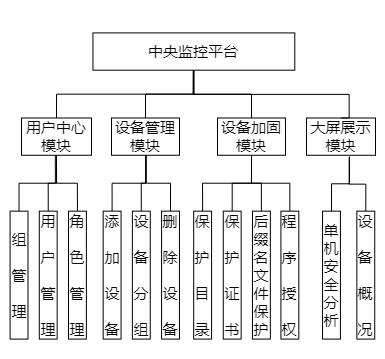
Above: 功能划分图.png in EchoZgj/paper (draw.io), before the change. Source tidied: cells renumbered, new cells last; positions are measured from the earlier drawing's top-left corner, leaving out a move shared by most shapes.
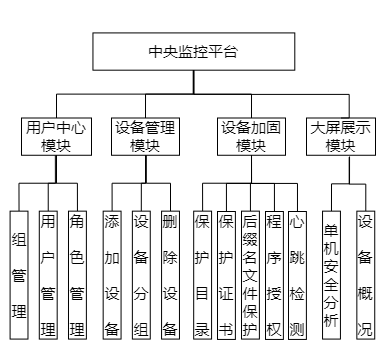
The same file after the commit.

Commit message:
Added 功能划分图.png

Change to the diagram source:
```diff
@@ -39,6 +39,9 @@
         <mxPoint x="190.8" y="49.7" as="targetPoint" />
       </mxGeometry>
     </mxCell>
+    <mxCell id="40" style="edgeStyle=orthogonalEdgeStyle;rounded=0;jettySize=auto;html=1;exitX=0.5;exitY=1;exitDx=0;exitDy=0;endArrow=none;endFill=0;" parent="6" edge="1" source="13" target="41">
+      <mxGeometry relative="1" as="geometry" />
+    </mxCell>
     <mxCell id="13" value="&lt;font style=&quot;font-size: 15px&quot;&gt;设备加固模块&lt;/font&gt;" style="rounded=0;whiteSpace=wrap;html=1;" parent="6" vertex="1">
       <mxGeometry x="215" y="97.5" width="68" height="37.3" as="geometry" />
     </mxCell>
@@ -105,19 +108,19 @@
       <mxGeometry relative="1" as="geometry" />
     </mxCell>
     <mxCell id="31" value="&lt;span style=&quot;font-size: 15px&quot;&gt;保&lt;br&gt;&lt;br&gt;护&lt;br&gt;&lt;br&gt;证&lt;br&gt;&lt;br&gt;书&lt;br&gt;&lt;/span&gt;" style="rounded=0;whiteSpace=wrap;html=1;" parent="6" vertex="1">
-      <mxGeometry x="220.8" y="190.7" width="17.9" height="127.9" as="geometry" />
+      <mxGeometry x="215" y="191" width="17.9" height="127.9" as="geometry" />
     </mxCell>
     <mxCell id="32" style="edgeStyle=orthogonalEdgeStyle;rounded=0;jettySize=auto;html=1;exitX=0.5;exitY=0;exitDx=0;exitDy=0;entryX=0.5;entryY=1;entryDx=0;entryDy=0;endArrow=none;endFill=0;" parent="6" edge="1" source="33" target="13">
       <mxGeometry relative="1" as="geometry" />
     </mxCell>
     <mxCell id="33" value="&lt;span style=&quot;font-size: 15px&quot;&gt;后&lt;br&gt;缀&lt;br&gt;名&lt;br&gt;文&lt;br&gt;件&lt;br&gt;保&lt;br&gt;护&lt;br&gt;&lt;/span&gt;" style="rounded=0;whiteSpace=wrap;html=1;" parent="6" vertex="1">
-      <mxGeometry x="250" y="190.7" width="17.9" height="127.9" as="geometry" />
+      <mxGeometry x="239" y="190.7" width="17.9" height="127.9" as="geometry" />
     </mxCell>
     <mxCell id="34" style="edgeStyle=orthogonalEdgeStyle;rounded=0;jettySize=auto;html=1;exitX=0.5;exitY=0;exitDx=0;exitDy=0;entryX=0.5;entryY=1;entryDx=0;entryDy=0;endArrow=none;endFill=0;" parent="6" edge="1" source="35" target="13">
       <mxGeometry relative="1" as="geometry" />
     </mxCell>
     <mxCell id="35" value="&lt;span style=&quot;font-size: 15px&quot;&gt;程&lt;br&gt;&lt;br&gt;序&lt;br&gt;&lt;br&gt;授&lt;br&gt;&lt;br&gt;权&lt;br&gt;&lt;/span&gt;" style="rounded=0;whiteSpace=wrap;html=1;" parent="6" vertex="1">
-      <mxGeometry x="278.4" y="190.7" width="17.9" height="127.9" as="geometry" />
+      <mxGeometry x="263" y="191" width="17.9" height="127.9" as="geometry" />
     </mxCell>
     <mxCell id="36" style="edgeStyle=orthogonalEdgeStyle;rounded=0;jettySize=auto;html=1;exitX=0.5;exitY=0;exitDx=0;exitDy=0;endArrow=none;endFill=0;" parent="6" edge="1" source="37">
       <mxGeometry relative="1" as="geometry">
@@ -135,5 +138,8 @@
     <mxCell id="39" value="&lt;span style=&quot;font-size: 15px&quot;&gt;设&lt;br&gt;&lt;br&gt;备&lt;br&gt;&lt;br&gt;概&lt;br&gt;&lt;br&gt;况&lt;br&gt;&lt;/span&gt;" style="rounded=0;whiteSpace=wrap;html=1;" parent="6" vertex="1">
       <mxGeometry x="354.3" y="190.7" width="17.9" height="127.9" as="geometry" />
     </mxCell>
+    <mxCell id="41" value="&lt;span style=&quot;font-size: 15px&quot;&gt;心&lt;br&gt;&lt;br&gt;跳&lt;br&gt;&lt;br&gt;检&lt;br&gt;&lt;br&gt;测&lt;br&gt;&lt;/span&gt;" style="rounded=0;whiteSpace=wrap;html=1;" parent="6" vertex="1">
+      <mxGeometry x="286" y="191" width="17.9" height="127.9" as="geometry" />
+    </mxCell>
   </root>
 </mxGraphModel>
```
